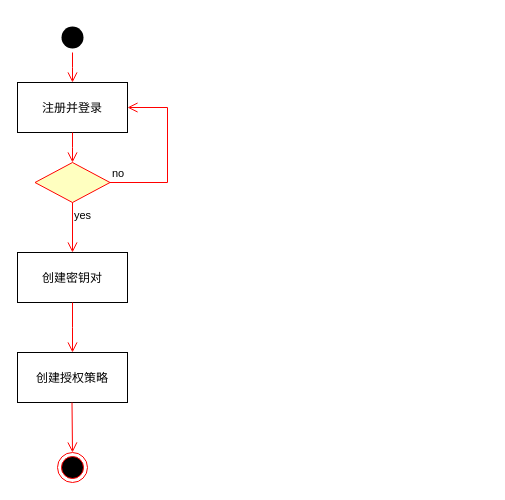
elisaovivo/restful-api-demo keeps this draw.io diagram as 身份识别活动图.drawio. Above is the earlier version. Source tidied: cells renumbered, new cells numbered last; positions are measured from the earlier drawing's top-left corner, leaving out a move shared by most shapes. Both pictures are drawn from the tidied source at 100%, with x=0, y=0 at pixel (17, 22).
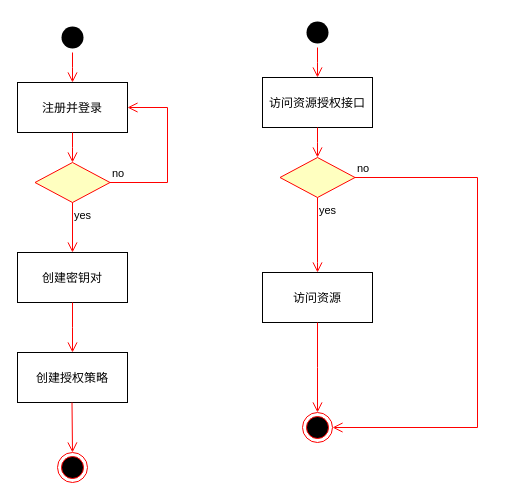
The same page after the edit.

Commit message (it also covers changes not shown here):
更新身份识别活动图.drawio

What changed in the source:
```diff
@@
+    <mxCell id="14" style="ellipse;shape=startState;fillColor=#000000;strokeColor=none;" parent="1" vertex="1">
+      <mxGeometry x="285" y="-5" width="30" height="30" as="geometry" />
+    </mxCell>
+    <mxCell id="15" style="edgeStyle=elbowEdgeStyle;elbow=horizontal;verticalAlign=bottom;endArrow=open;endSize=8;strokeColor=#FF0000;endFill=1;rounded=0;" parent="1" edge="1" source="14" target="16">
+      <mxGeometry x="264.5" y="168" as="geometry" />
+    </mxCell>
+    <mxCell id="16" value="访问资源授权接口" parent="1" vertex="1">
+      <mxGeometry x="245" y="55" width="110" height="50" as="geometry" />
+    </mxCell>
+    <mxCell id="17" style="rhombus;whiteSpace=wrap;html=1;fontColor=#000000;fillColor=#ffffc0;strokeColor=#ff0000;" parent="1" vertex="1">
+      <mxGeometry x="262.5" y="135" width="75" height="40" as="geometry" />
+    </mxCell>
+    <mxCell id="18" value="no" style="edgeStyle=orthogonalEdgeStyle;html=1;align=left;verticalAlign=bottom;endArrow=open;endSize=8;strokeColor=#ff0000;rounded=0;entryX=1;entryY=0.5;entryDx=0;entryDy=0;exitX=1;exitY=0.5;exitDx=0;exitDy=0;" parent="1" edge="1" source="17" target="22">
+      <mxGeometry x="-1" relative="1" as="geometry">
+        <Array as="points">
+          <mxPoint x="460" y="155" />
+          <mxPoint x="460" y="405" />
+        </Array>
+      </mxGeometry>
+    </mxCell>
+    <mxCell id="19" style="edgeStyle=elbowEdgeStyle;elbow=horizontal;verticalAlign=bottom;endArrow=open;endSize=8;strokeColor=#FF0000;endFill=1;rounded=0;entryX=0.5;entryY=0;entryDx=0;entryDy=0;exitX=0.5;exitY=1;exitDx=0;exitDy=0;" parent="1" edge="1" source="16" target="17">
+      <mxGeometry x="264.5" y="168" as="geometry" />
+    </mxCell>
+    <mxCell id="20" value="yes" style="edgeStyle=orthogonalEdgeStyle;html=1;align=left;verticalAlign=top;endArrow=open;endSize=8;strokeColor=#ff0000;rounded=0;exitX=0.5;exitY=1;exitDx=0;exitDy=0;" parent="1" edge="1" source="17">
+      <mxGeometry x="-1" relative="1" as="geometry">
+        <mxPoint x="300" y="250" as="targetPoint" />
+        <Array as="points">
+          <mxPoint x="300" y="240" />
+        </Array>
+      </mxGeometry>
+    </mxCell>
+    <mxCell id="21" value="访问资源" parent="1" vertex="1">
+      <mxGeometry x="245" y="250" width="110" height="50" as="geometry" />
+    </mxCell>
+    <mxCell id="22" style="ellipse;shape=endState;fillColor=#000000;strokeColor=#ff0000;" parent="1" vertex="1">
+      <mxGeometry x="285" y="390" width="30" height="30" as="geometry" />
+    </mxCell>
+    <mxCell id="23" style="edgeStyle=elbowEdgeStyle;elbow=horizontal;verticalAlign=bottom;endArrow=open;endSize=8;strokeColor=#FF0000;endFill=1;rounded=0;entryX=0.5;entryY=0;entryDx=0;entryDy=0;exitX=0.5;exitY=1;exitDx=0;exitDy=0;" parent="1" edge="1" source="21" target="22">
+      <mxGeometry x="264.5" y="168" as="geometry" />
+    </mxCell>
```
